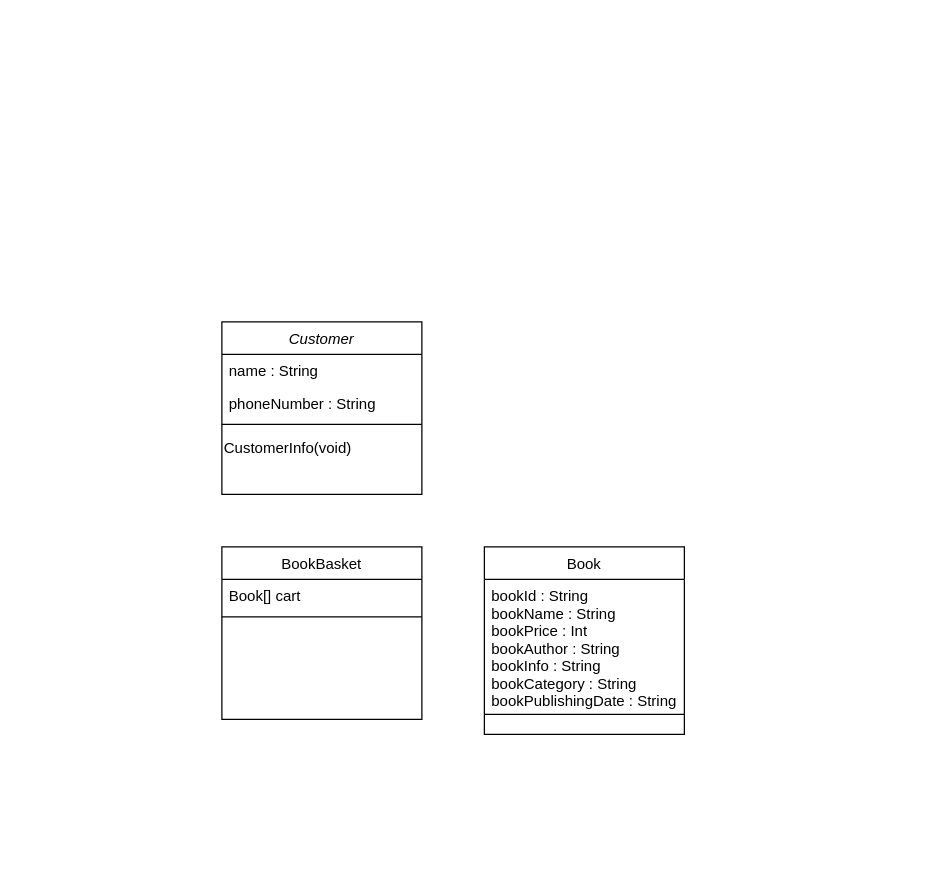
Above: 제목 없는 다이어그램.drawio in hinata7010/Temp (draw.io), before the change. Source tidied: cells renumbered, new cells numbered last; positions are measured from the earlier drawing's top-left corner, leaving out a move shared by most shapes. Both pictures are drawn from the tidied source at 125%, with x=0, y=0 at pixel (221, 321).
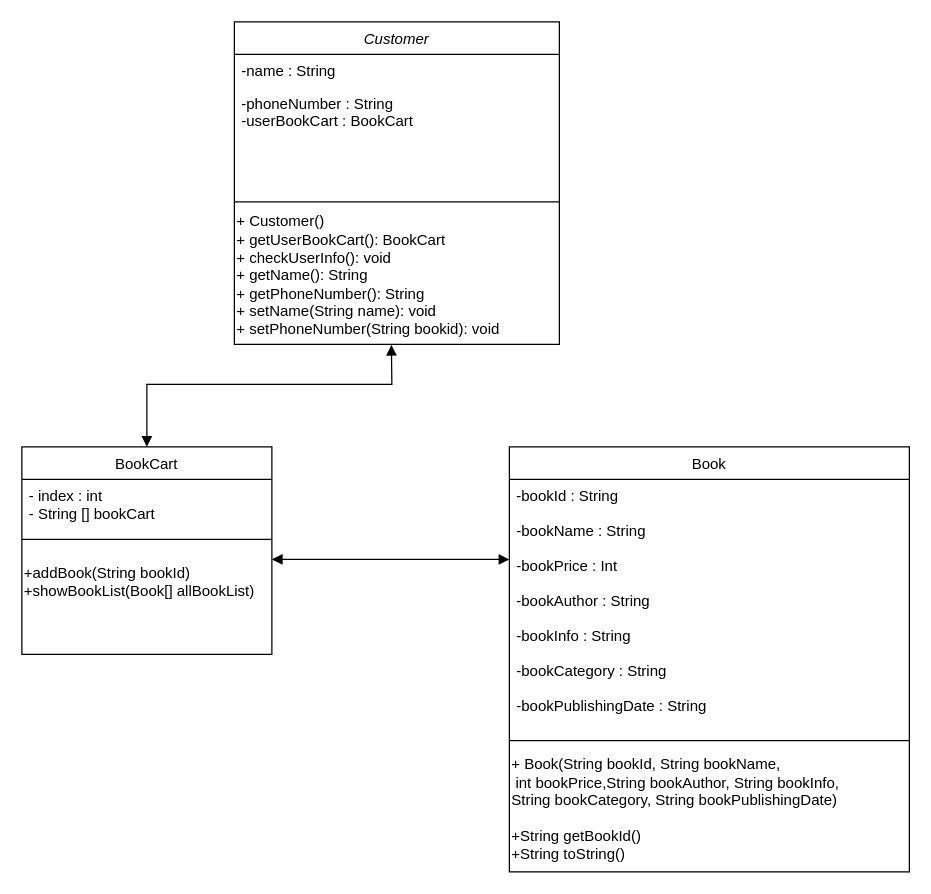
The same page after the edit.

Commit message:
제목 없는 다이어그램.drawio 업데이트

Diff of the diagram source:
```diff
@@
 <mxGraphModel>
   <root>
     <mxCell id="0" />
     <mxCell id="1" parent="0" />
     <mxCell id="2" value="Customer" style="swimlane;fontStyle=2;align=center;verticalAlign=top;horizontal=1;startSize=26;rounded=0;shadow=0;strokeWidth=1;" parent="1" vertex="1">
-      <mxGeometry width="160" height="138" as="geometry" />
+      <mxGeometry x="10" y="-240" width="260" height="258" as="geometry" />
     </mxCell>
-    <mxCell id="3" value="name : String" style="text;align=left;verticalAlign=top;spacingLeft=4;spacingRight=4;overflow=hidden;" parent="2" vertex="1">
-      <mxGeometry y="26" width="160" height="26" as="geometry" />
-    </mxCell>
-    <mxCell id="4" value="phoneNumber : String" style="text;align=left;verticalAlign=top;spacingLeft=4;spacingRight=4;overflow=hidden;rounded=0;shadow=0;html=0;" parent="2" vertex="1">
-      <mxGeometry y="52" width="160" height="26" as="geometry" />
-    </mxCell>
-    <mxCell id="5" style="line;html=1;strokeWidth=1;align=left;verticalAlign=middle;spacingTop=-1;spacingLeft=3;spacingRight=3;labelPosition=right;" parent="2" vertex="1">
-      <mxGeometry y="78" width="160" height="8" as="geometry" />
-    </mxCell>
-    <mxCell id="6" value="CustomerInfo(void)" style="text;html=1;align=left;verticalAlign=middle;strokeColor=none;fillColor=none;" parent="2" vertex="1">
-      <mxGeometry y="86" width="160" height="30" as="geometry" />
-    </mxCell>
-    <mxCell id="7" value="BookBasket" style="swimlane;fontStyle=0;align=center;verticalAlign=top;horizontal=1;startSize=26;rounded=0;shadow=0;strokeWidth=1;" parent="1" vertex="1">
-      <mxGeometry y="180" width="160" height="138" as="geometry" />
-    </mxCell>
-    <mxCell id="8" value="Book[] cart" style="text;align=left;verticalAlign=top;spacingLeft=4;spacingRight=4;overflow=hidden;" parent="7" vertex="1">
-      <mxGeometry y="26" width="160" height="26" as="geometry" />
-    </mxCell>
-    <mxCell id="9" style="line;html=1;strokeWidth=1;align=left;verticalAlign=middle;spacingTop=-1;spacingLeft=3;spacingRight=3;labelPosition=right;" parent="7" vertex="1">
-      <mxGeometry y="52" width="160" height="8" as="geometry" />
-    </mxCell>
+    <mxCell id="13" value="-name : String" style="text;align=left;verticalAlign=top;spacingLeft=4;spacingRight=4;overflow=hidden;" parent="2" vertex="1">
+      <mxGeometry y="26" width="260" height="26" as="geometry" />
+    </mxCell>
+    <mxCell id="14" value="-phoneNumber : String&#10;-userBookCart : BookCart&#10;" style="text;align=left;verticalAlign=top;spacingLeft=4;spacingRight=4;overflow=hidden;rounded=0;shadow=0;html=0;" parent="2" vertex="1">
+      <mxGeometry y="52" width="260" height="88" as="geometry" />
+    </mxCell>
+    <mxCell id="15" style="line;html=1;strokeWidth=1;align=left;verticalAlign=middle;spacingTop=-1;spacingLeft=3;spacingRight=3;labelPosition=right;" parent="2" vertex="1">
+      <mxGeometry y="140" width="260" height="8" as="geometry" />
+    </mxCell>
+    <mxCell id="16" value="&lt;div&gt;+ Customer()&amp;nbsp; &amp;nbsp; &amp;nbsp; &amp;nbsp; &amp;nbsp; &amp;nbsp; &amp;nbsp; &amp;nbsp; &amp;nbsp; &amp;nbsp; &amp;nbsp; &amp;nbsp; &amp;nbsp; &amp;nbsp; &amp;nbsp;&amp;nbsp;&lt;/div&gt;&lt;div&gt;+ getUserBookCart(): BookCart&lt;/div&gt;&lt;div&gt;+ checkUserInfo(): void&amp;nbsp; &amp;nbsp; &amp;nbsp; &amp;nbsp; &amp;nbsp; &amp;nbsp; &amp;nbsp; &amp;nbsp; &amp;nbsp; &amp;nbsp;&lt;/div&gt;&lt;div&gt;+ getName(): String&amp;nbsp; &amp;nbsp; &amp;nbsp; &amp;nbsp; &amp;nbsp; &amp;nbsp; &amp;nbsp; &amp;nbsp; &amp;nbsp; &amp;nbsp; &amp;nbsp; &amp;nbsp;&amp;nbsp;&lt;/div&gt;&lt;div&gt;+ getPhoneNumber(): String&amp;nbsp; &amp;nbsp; &amp;nbsp; &amp;nbsp; &amp;nbsp; &amp;nbsp; &amp;nbsp; &amp;nbsp; &amp;nbsp;&lt;/div&gt;&lt;div&gt;+ setName(String name): void&amp;nbsp; &amp;nbsp; &amp;nbsp; &amp;nbsp; &amp;nbsp; &amp;nbsp; &amp;nbsp;&amp;nbsp;&lt;/div&gt;&lt;div&gt;+ setPhoneNumber(String bookid): void&lt;/div&gt;" style="text;html=1;align=left;verticalAlign=middle;points=[];strokeColor=none;fillColor=none;" parent="2" vertex="1">
+      <mxGeometry y="148" width="260" height="110" as="geometry" />
+    </mxCell>
+    <mxCell id="17" value="BookCart" style="swimlane;fontStyle=0;align=center;verticalAlign=top;horizontal=1;startSize=26;rounded=0;shadow=0;strokeWidth=1;" parent="1" vertex="1">
+      <mxGeometry x="-160" y="100" width="200" height="166" as="geometry" />
+    </mxCell>
+    <mxCell id="18" value="- index : int&#10;- String [] bookCart" style="text;align=left;verticalAlign=top;spacingLeft=4;spacingRight=4;overflow=hidden;" parent="17" vertex="1">
+      <mxGeometry y="26" width="200" height="44" as="geometry" />
+    </mxCell>
+    <mxCell id="19" style="line;html=1;strokeWidth=1;align=left;verticalAlign=middle;spacingTop=-1;spacingLeft=3;spacingRight=3;labelPosition=right;" parent="17" vertex="1">
+      <mxGeometry y="70" width="200" height="8" as="geometry" />
+    </mxCell>
+    <mxCell id="20" value="+addBook(String bookId)&lt;br&gt;+showBookList(Book[] allBookList)" style="text;html=1;strokeColor=none;fillColor=none;align=left;verticalAlign=middle;whiteSpace=wrap;rounded=0;" parent="17" vertex="1">
+      <mxGeometry y="78" width="200" height="60" as="geometry" />
+    </mxCell>
     <mxCell id="10" value="Book" style="swimlane;fontStyle=0;align=center;verticalAlign=top;horizontal=1;startSize=26;rounded=0;shadow=0;strokeWidth=1;" parent="1" vertex="1">
-      <mxGeometry x="210" y="180" width="160" height="150" as="geometry" />
+      <mxGeometry x="230" y="100" width="320" height="340" as="geometry" />
     </mxCell>
-    <mxCell id="11" value="bookId : String&#10;bookName : String&#10;bookPrice : Int&#10;bookAuthor : String&#10;bookInfo : String&#10;bookCategory : String&#10;bookPublishingDate : String" style="text;align=left;verticalAlign=top;spacingLeft=4;spacingRight=4;overflow=hidden;" parent="10" vertex="1">
-      <mxGeometry y="26" width="160" height="104" as="geometry" />
-    </mxCell>
-    <mxCell id="12" style="line;html=1;strokeWidth=1;align=left;verticalAlign=middle;spacingTop=-1;spacingLeft=3;spacingRight=3;labelPosition=right;" parent="10" vertex="1">
-      <mxGeometry y="130" width="160" height="8" as="geometry" />
-    </mxCell>
+    <mxCell id="21" value="-bookId : String&#10;&#10;-bookName : String&#10;&#10;-bookPrice : Int&#10;&#10;-bookAuthor : String&#10;&#10;-bookInfo : String&#10;&#10;-bookCategory : String&#10;&#10;-bookPublishingDate : String" style="text;align=left;verticalAlign=top;spacingLeft=4;spacingRight=4;overflow=hidden;" parent="10" vertex="1">
+      <mxGeometry y="26" width="320" height="204" as="geometry" />
+    </mxCell>
+    <mxCell id="22" style="line;html=1;strokeWidth=1;align=left;verticalAlign=middle;spacingTop=-1;spacingLeft=3;spacingRight=3;labelPosition=right;" parent="10" vertex="1">
+      <mxGeometry y="230" width="320" height="10" as="geometry" />
+    </mxCell>
+    <mxCell id="23" value="+ Book(String bookId, String bookName,&lt;br&gt;&amp;nbsp;int bookPrice,String bookAuthor, String bookInfo, &lt;br&gt;String bookCategory, String bookPublishingDate)&lt;br&gt;&lt;br&gt;+String getBookId()&lt;br&gt;+String toString()" style="text;html=1;align=left;verticalAlign=middle;strokeColor=none;fillColor=none;" parent="10" vertex="1">
+      <mxGeometry y="240" width="320" height="100" as="geometry" />
+    </mxCell>
+    <mxCell id="24" style="endArrow=block;startArrow=block;endFill=1;startFill=1;html=1;rounded=0;entryX=0.483;entryY=1.004;entryDx=0;entryDy=0;entryPerimeter=0;exitX=0.5;exitY=0;exitDx=0;exitDy=0;" parent="1" edge="1" source="17" target="16">
+      <mxGeometry relative="1" as="geometry">
+        <Array as="points">
+          <mxPoint x="-60" y="50" />
+          <mxPoint x="136" y="50" />
+        </Array>
+      </mxGeometry>
+    </mxCell>
+    <mxCell id="25" style="endArrow=block;startArrow=block;endFill=1;startFill=1;html=1;rounded=0;exitX=1;exitY=0.2;exitDx=0;exitDy=0;exitPerimeter=0;" parent="1" edge="1" source="20">
+      <mxGeometry relative="1" as="geometry">
+        <mxPoint x="230" y="190" as="targetPoint" />
+      </mxGeometry>
+    </mxCell>
   </root>
 </mxGraphModel>
```
